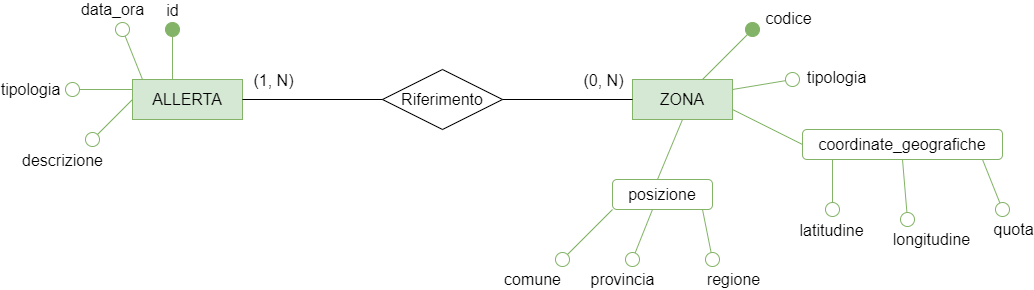
Before: diagrammi e-r/Diag. Segnalazione.png, a diagram exported from draw.io (faffolao/ProgettoBD2022). Source tidied: cells renumbered, new cells last; positions are measured from the earlier drawing's top-left corner, leaving out a move shared by most shapes. The source it was exported from:
```xml
<mxGraphModel>
  <root>
    <mxCell id="0" />
    <mxCell id="1" parent="0" />
    <mxCell id="2" value="ALLERTA" style="whiteSpace=wrap;html=1;align=center;fontSize=16;fillColor=#d5e8d4;strokeColor=#82b366;" parent="1" vertex="1">
      <mxGeometry x="60" y="50" width="110" height="40" as="geometry" />
    </mxCell>
    <mxCell id="3" style="endArrow=oval;html=1;strokeColor=#82b366;strokeWidth=1;fontSize=12;startSize=14;endSize=14;endFill=1;fillColor=#d5e8d4;" parent="1" edge="1">
      <mxGeometry relative="1" as="geometry">
        <mxPoint x="100" y="50" as="sourcePoint" />
        <mxPoint x="100" as="targetPoint" />
      </mxGeometry>
    </mxCell>
    <mxCell id="4" value="id" style="edgeLabel;html=1;align=center;verticalAlign=middle;fontSize=16;" parent="3" vertex="1">
      <mxGeometry x="0.54" y="1" relative="1" as="geometry">
        <mxPoint y="-32" as="offset" />
      </mxGeometry>
    </mxCell>
    <mxCell id="5" style="endArrow=oval;html=1;strokeColor=#82b366;strokeWidth=1;fontSize=12;startSize=14;endSize=14;endFill=0;fillColor=#d5e8d4;" parent="1" edge="1">
      <mxGeometry relative="1" as="geometry">
        <mxPoint x="70" y="50" as="sourcePoint" />
        <mxPoint x="50" as="targetPoint" />
      </mxGeometry>
    </mxCell>
    <mxCell id="6" value="data_ora" style="edgeLabel;html=1;align=center;verticalAlign=middle;fontSize=16;" parent="5" vertex="1">
      <mxGeometry x="0.49" y="-3" relative="1" as="geometry">
        <mxPoint x="-18" y="-32" as="offset" />
      </mxGeometry>
    </mxCell>
    <mxCell id="7" style="endArrow=none;html=1;strokeColor=#82b366;strokeWidth=1;fontSize=12;startSize=14;endSize=14;startArrow=oval;startFill=0;fillColor=#d5e8d4;" parent="1" edge="1">
      <mxGeometry relative="1" as="geometry">
        <mxPoint y="60" as="sourcePoint" />
        <mxPoint x="60" y="60" as="targetPoint" />
      </mxGeometry>
    </mxCell>
    <mxCell id="8" value="tipologia" style="edgeLabel;html=1;align=center;verticalAlign=middle;fontSize=16;" parent="7" vertex="1">
      <mxGeometry x="0.33" y="3" relative="1" as="geometry">
        <mxPoint x="-83" y="2" as="offset" />
      </mxGeometry>
    </mxCell>
    <mxCell id="9" style="endArrow=none;html=1;strokeColor=#82b366;strokeWidth=1;fontSize=12;startSize=14;endSize=14;startArrow=oval;startFill=0;fillColor=#d5e8d4;" parent="1" edge="1">
      <mxGeometry relative="1" as="geometry">
        <mxPoint x="20" y="110" as="sourcePoint" />
        <mxPoint x="60" y="70" as="targetPoint" />
      </mxGeometry>
    </mxCell>
    <mxCell id="10" value="descrizione" style="edgeLabel;html=1;align=center;verticalAlign=middle;fontSize=16;" parent="9" vertex="1">
      <mxGeometry x="0.48" y="3" relative="1" as="geometry">
        <mxPoint x="-58" y="52" as="offset" />
      </mxGeometry>
    </mxCell>
    <mxCell id="11" value="ZONA" style="whiteSpace=wrap;html=1;align=center;fontSize=16;fillColor=#d5e8d4;strokeColor=#82b366;" parent="1" vertex="1">
      <mxGeometry x="560" y="50" width="100" height="40" as="geometry" />
    </mxCell>
    <mxCell id="12" style="edgeStyle=orthogonalEdgeStyle;jettySize=auto;html=1;entryX=1;entryY=0.5;entryDx=0;entryDy=0;strokeColor=default;strokeWidth=1;fontSize=12;startArrow=none;startFill=0;endArrow=none;endFill=0;startSize=14;endSize=14;" parent="1" edge="1" source="16" target="2">
      <mxGeometry relative="1" as="geometry" />
    </mxCell>
    <mxCell id="13" value="(1, N)" style="edgeLabel;html=1;align=center;verticalAlign=middle;fontSize=16;" parent="12" vertex="1">
      <mxGeometry x="0.69" y="3" relative="1" as="geometry">
        <mxPoint x="8" y="-23" as="offset" />
      </mxGeometry>
    </mxCell>
    <mxCell id="14" style="edgeStyle=orthogonalEdgeStyle;jettySize=auto;html=1;strokeColor=default;strokeWidth=1;fontSize=12;startArrow=none;startFill=0;endArrow=none;endFill=0;startSize=14;endSize=14;" parent="1" edge="1" source="16" target="11">
      <mxGeometry relative="1" as="geometry" />
    </mxCell>
    <mxCell id="15" value="(0, N)" style="edgeLabel;html=1;align=center;verticalAlign=middle;fontSize=16;" parent="14" vertex="1">
      <mxGeometry x="0.71" y="-2" relative="1" as="geometry">
        <mxPoint x="-11" y="-22" as="offset" />
      </mxGeometry>
    </mxCell>
    <mxCell id="16" value="Riferimento" style="shape=rhombus;perimeter=rhombusPerimeter;whiteSpace=wrap;html=1;align=center;fontSize=16;fillColor=none;" parent="1" vertex="1">
      <mxGeometry x="310" y="40" width="120" height="60" as="geometry" />
    </mxCell>
    <mxCell id="17" style="endArrow=oval;html=1;strokeColor=#82b366;strokeWidth=1;fontSize=12;startSize=14;endSize=14;endFill=1;fillColor=#d5e8d4;" parent="1" edge="1">
      <mxGeometry relative="1" as="geometry">
        <mxPoint x="630" y="50" as="sourcePoint" />
        <mxPoint x="680" as="targetPoint" />
      </mxGeometry>
    </mxCell>
    <mxCell id="18" value="codice" style="edgeLabel;html=1;align=center;verticalAlign=middle;fontSize=16;" parent="17" vertex="1">
      <mxGeometry x="0.4" y="2" relative="1" as="geometry">
        <mxPoint x="52" y="-25" as="offset" />
      </mxGeometry>
    </mxCell>
    <mxCell id="19" style="endArrow=oval;html=1;strokeColor=#82b366;strokeWidth=1;fontSize=12;startSize=14;endSize=14;endFill=0;fillColor=#d5e8d4;" parent="1" edge="1">
      <mxGeometry relative="1" as="geometry">
        <mxPoint x="660" y="60" as="sourcePoint" />
        <mxPoint x="720" y="50" as="targetPoint" />
      </mxGeometry>
    </mxCell>
    <mxCell id="20" value="tipologia" style="edgeLabel;html=1;align=center;verticalAlign=middle;fontSize=16;" parent="19" vertex="1">
      <mxGeometry x="0.44" y="-2" relative="1" as="geometry">
        <mxPoint x="60" y="-7" as="offset" />
      </mxGeometry>
    </mxCell>
    <mxCell id="21" value="coordinate_geografiche" style="rounded=1;whiteSpace=wrap;html=1;fontSize=16;fillColor=none;strokeColor=#82b366;" parent="1" vertex="1">
      <mxGeometry x="730" y="100" width="200" height="30" as="geometry" />
    </mxCell>
    <mxCell id="22" style="endArrow=none;html=1;strokeColor=#82b366;strokeWidth=1;fontSize=12;startSize=14;endSize=14;exitX=0;exitY=0.5;exitDx=0;exitDy=0;fillColor=#d5e8d4;" parent="1" edge="1" source="21">
      <mxGeometry relative="1" as="geometry">
        <mxPoint x="660" y="80" as="targetPoint" />
      </mxGeometry>
    </mxCell>
    <mxCell id="23" style="endArrow=none;html=1;strokeColor=#82b366;strokeWidth=1;fontSize=12;startSize=14;endSize=14;endFill=0;startArrow=oval;startFill=0;fillColor=#d5e8d4;" parent="1" edge="1">
      <mxGeometry relative="1" as="geometry">
        <mxPoint x="760" y="180" as="sourcePoint" />
        <mxPoint x="760" y="130" as="targetPoint" />
      </mxGeometry>
    </mxCell>
    <mxCell id="24" value="latitudine" style="edgeLabel;html=1;align=center;verticalAlign=middle;fontSize=16;" parent="23" vertex="1">
      <mxGeometry x="0.53" y="2" relative="1" as="geometry">
        <mxPoint y="58" as="offset" />
      </mxGeometry>
    </mxCell>
    <mxCell id="25" style="endArrow=none;html=1;strokeColor=#82b366;strokeWidth=1;fontSize=12;startSize=14;endSize=14;startArrow=oval;startFill=0;entryX=0.5;entryY=1;entryDx=0;entryDy=0;fillColor=#d5e8d4;" parent="1" edge="1" target="21">
      <mxGeometry relative="1" as="geometry">
        <mxPoint x="835" y="190" as="sourcePoint" />
      </mxGeometry>
    </mxCell>
    <mxCell id="26" value="longitudine" style="edgeLabel;html=1;align=center;verticalAlign=middle;fontSize=16;" parent="25" vertex="1">
      <mxGeometry x="0.66" y="3" relative="1" as="geometry">
        <mxPoint x="31" y="69" as="offset" />
      </mxGeometry>
    </mxCell>
    <mxCell id="27" style="endArrow=none;html=1;strokeColor=#82b366;strokeWidth=1;fontSize=12;startSize=14;endSize=14;startArrow=oval;startFill=0;fillColor=#d5e8d4;" parent="1" edge="1">
      <mxGeometry relative="1" as="geometry">
        <mxPoint x="930" y="180" as="sourcePoint" />
        <mxPoint x="910" y="130" as="targetPoint" />
      </mxGeometry>
    </mxCell>
    <mxCell id="28" value="quota" style="edgeLabel;html=1;align=center;verticalAlign=middle;fontSize=16;" parent="27" vertex="1">
      <mxGeometry x="-0.45" y="-2" relative="1" as="geometry">
        <mxPoint x="14" y="34" as="offset" />
      </mxGeometry>
    </mxCell>
    <mxCell id="29" value="posizione" style="rounded=1;whiteSpace=wrap;html=1;fontSize=16;fillColor=none;strokeColor=#82b366;" parent="1" vertex="1">
      <mxGeometry x="540" y="150" width="100" height="30" as="geometry" />
    </mxCell>
    <mxCell id="30" style="endArrow=none;html=1;strokeColor=#82b366;strokeWidth=1;fontSize=12;startSize=14;endSize=14;entryX=0.5;entryY=1;entryDx=0;entryDy=0;fillColor=#d5e8d4;" parent="1" edge="1" target="11">
      <mxGeometry relative="1" as="geometry">
        <mxPoint x="585" y="150" as="sourcePoint" />
      </mxGeometry>
    </mxCell>
    <mxCell id="31" style="endArrow=none;html=1;strokeColor=#82b366;strokeWidth=1;fontSize=12;startSize=14;endSize=14;startArrow=oval;startFill=0;fillColor=#d5e8d4;" parent="1" edge="1">
      <mxGeometry relative="1" as="geometry">
        <mxPoint x="490" y="230" as="sourcePoint" />
        <mxPoint x="540" y="180" as="targetPoint" />
      </mxGeometry>
    </mxCell>
    <mxCell id="32" value="comune" style="edgeLabel;html=1;align=center;verticalAlign=middle;fontSize=16;" parent="31" vertex="1">
      <mxGeometry x="0.38" y="1" relative="1" as="geometry">
        <mxPoint x="-64" y="55" as="offset" />
      </mxGeometry>
    </mxCell>
    <mxCell id="33" style="endArrow=none;html=1;strokeColor=#82b366;strokeWidth=1;fontSize=12;startSize=14;endSize=14;startArrow=oval;startFill=0;fillColor=#d5e8d4;" parent="1" edge="1">
      <mxGeometry relative="1" as="geometry">
        <mxPoint x="560" y="230" as="sourcePoint" />
        <mxPoint x="580" y="180" as="targetPoint" />
      </mxGeometry>
    </mxCell>
    <mxCell id="34" value="provincia" style="edgeLabel;html=1;align=center;verticalAlign=middle;fontSize=16;" parent="33" vertex="1">
      <mxGeometry x="0.53" y="-5" relative="1" as="geometry">
        <mxPoint x="-30" y="56" as="offset" />
      </mxGeometry>
    </mxCell>
    <mxCell id="35" style="endArrow=none;html=1;strokeColor=#82b366;strokeWidth=1;fontSize=12;startSize=14;endSize=14;startArrow=oval;startFill=0;fillColor=#d5e8d4;" parent="1" edge="1">
      <mxGeometry relative="1" as="geometry">
        <mxPoint x="640" y="230" as="sourcePoint" />
        <mxPoint x="630" y="180" as="targetPoint" />
      </mxGeometry>
    </mxCell>
    <mxCell id="36" value="regione" style="edgeLabel;html=1;align=center;verticalAlign=middle;fontSize=16;" parent="35" vertex="1">
      <mxGeometry x="0.54" y="-1" relative="1" as="geometry">
        <mxPoint x="27" y="58" as="offset" />
      </mxGeometry>
    </mxCell>
  </root>
</mxGraphModel>
```
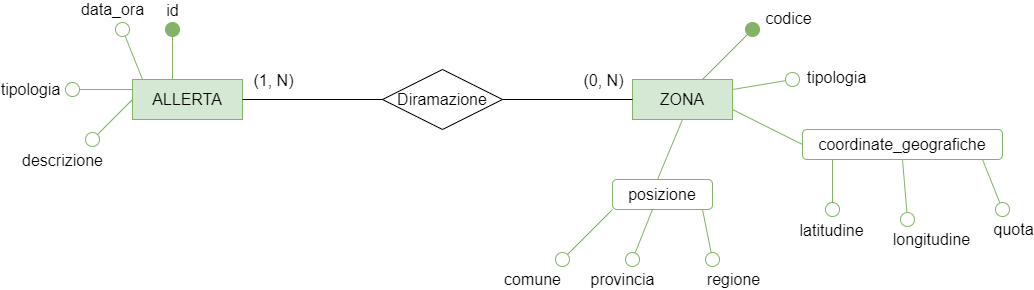
Later version of the same file.

Commit message:
Sistemazione diagramma completo e del macroblocco segnalazione

What changed in the source:
```diff
@@ -68,7 +68,7 @@
         <mxPoint x="-11" y="-22" as="offset" />
       </mxGeometry>
     </mxCell>
-    <mxCell id="16" value="Riferimento" style="shape=rhombus;perimeter=rhombusPerimeter;whiteSpace=wrap;html=1;align=center;fontSize=16;fillColor=none;" parent="1" vertex="1">
+    <mxCell id="16" value="Diramazione" style="shape=rhombus;perimeter=rhombusPerimeter;whiteSpace=wrap;html=1;align=center;fontSize=16;fillColor=none;" parent="1" vertex="1">
       <mxGeometry x="310" y="40" width="120" height="60" as="geometry" />
     </mxCell>
     <mxCell id="17" style="endArrow=oval;html=1;strokeColor=#82b366;strokeWidth=1;fontSize=12;startSize=14;endSize=14;endFill=1;fillColor=#d5e8d4;" parent="1" edge="1">
```
